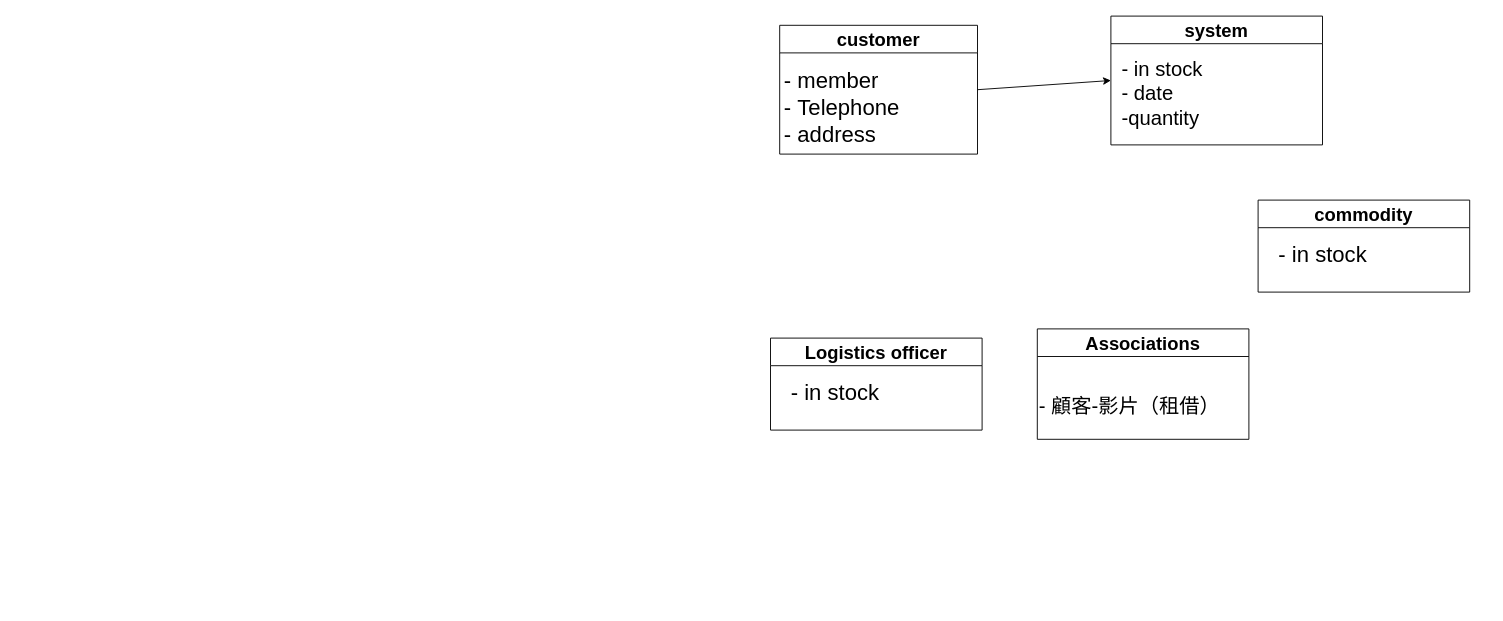
The draw.io diagram answer.drawio in as37470317/112-2Finalproject, before the edit. Source tidied: cells renumbered, new cells numbered last; positions are measured from the earlier drawing's top-left corner, leaving out a move shared by most shapes. Both pictures are drawn from the tidied source at 92%, with x=0, y=0 at pixel (770, 16).
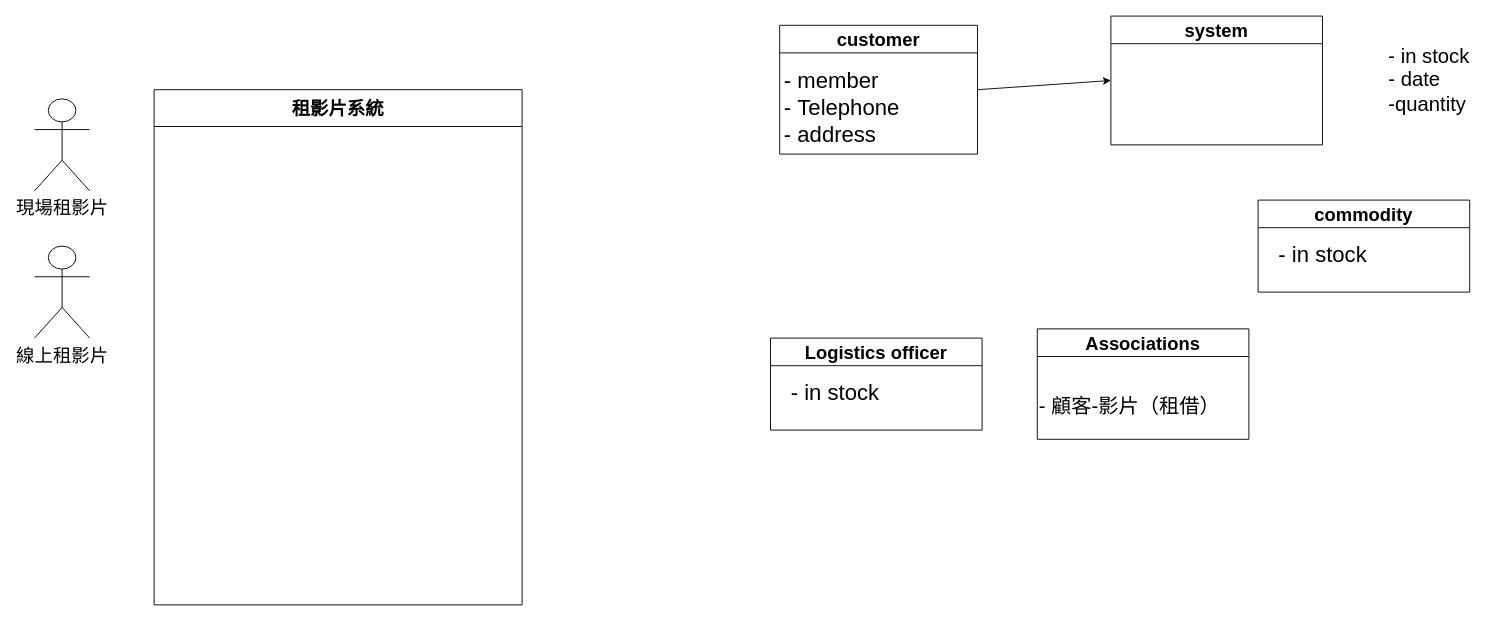
Above is the later version.

The edit, as a diff of the source:
```diff
@@
 <mxGraphModel>
   <root>
     <mxCell id="0" />
     <mxCell id="1" parent="0" />
     <mxCell id="2" value="&lt;font style=&quot;font-size: 20px;&quot;&gt;system&lt;/font&gt;" style="swimlane;whiteSpace=wrap;html=1;startSize=30;" parent="1" vertex="1">
       <mxGeometry x="370" width="230" height="140" as="geometry" />
     </mxCell>
-    <mxCell id="3" value="&lt;font style=&quot;&quot;&gt;&lt;span style=&quot;font-size: 22px;&quot;&gt;- in stock&lt;/span&gt;&lt;/font&gt;&lt;font style=&quot;&quot;&gt;&lt;br&gt;&lt;span style=&quot;font-size: 22px;&quot;&gt;-&amp;nbsp;date&lt;/span&gt;&lt;br&gt;&lt;span style=&quot;font-size: 22px;&quot;&gt;-quantity&lt;/span&gt;&lt;br&gt;&lt;/font&gt;" style="text;html=1;align=left;verticalAlign=middle;strokeColor=none;fillColor=none;" parent="2" vertex="1">
-      <mxGeometry x="10" y="40" width="110" height="90" as="geometry" />
-    </mxCell>
     <mxCell id="4" value="&lt;font style=&quot;font-size: 20px;&quot;&gt;Associations&lt;/font&gt;" style="swimlane;whiteSpace=wrap;html=1;startSize=30;" parent="1" vertex="1">
       <mxGeometry x="290" y="340" width="230" height="120" as="geometry" />
     </mxCell>
     <mxCell id="5" value="&lt;font style=&quot;font-size: 22px;&quot;&gt; - 顧客-影片（租借）&lt;br&gt;&lt;/font&gt;" style="text;html=1;align=left;verticalAlign=middle;strokeColor=none;fillColor=none;" parent="4" vertex="1">
       <mxGeometry y="65" width="220" height="40" as="geometry" />
     </mxCell>
     <mxCell id="6" value="&lt;font style=&quot;font-size: 20px;&quot;&gt;commodity&lt;/font&gt;" style="swimlane;whiteSpace=wrap;html=1;startSize=30;" parent="1" vertex="1">
       <mxGeometry x="530" y="200" width="230" height="100" as="geometry" />
     </mxCell>
     <mxCell id="7" value="&lt;font style=&quot;font-size: 24px;&quot;&gt;- in stock&lt;/font&gt;" style="text;html=1;align=center;verticalAlign=middle;strokeColor=none;fillColor=none;" parent="6" vertex="1">
       <mxGeometry x="10" y="40" width="120" height="40" as="geometry" />
     </mxCell>
     <mxCell id="8" style="edgeStyle=none;html=1;exitX=1;exitY=0.5;exitDx=0;exitDy=0;entryX=0;entryY=0.5;entryDx=0;entryDy=0;fontSize=22;" parent="1" edge="1" source="9" target="2">
       <mxGeometry relative="1" as="geometry" />
     </mxCell>
     <mxCell id="9" value="&lt;font style=&quot;font-size: 20px;&quot;&gt;customer&lt;/font&gt;" style="swimlane;whiteSpace=wrap;html=1;startSize=30;" parent="1" vertex="1">
       <mxGeometry x="10" y="10" width="215" height="140" as="geometry" />
     </mxCell>
     <mxCell id="10" value="&lt;font style=&quot;&quot;&gt;&lt;span style=&quot;font-size: 24px;&quot;&gt;-&amp;nbsp;member&lt;/span&gt;&lt;br&gt;&lt;span style=&quot;font-size: 24px;&quot;&gt;-&amp;nbsp;Telephone&lt;/span&gt;&lt;br&gt;&lt;span style=&quot;font-size: 24px;&quot;&gt;- address&lt;/span&gt;&lt;br&gt;&lt;/font&gt;" style="text;html=1;align=left;verticalAlign=middle;strokeColor=none;fillColor=none;" parent="9" vertex="1">
       <mxGeometry x="2.5" y="40" width="150" height="100" as="geometry" />
     </mxCell>
     <mxCell id="11" value="&lt;font style=&quot;font-size: 20px;&quot;&gt;Logistics officer&lt;/font&gt;" style="swimlane;whiteSpace=wrap;html=1;startSize=30;" parent="1" vertex="1">
       <mxGeometry y="350" width="230" height="100" as="geometry" />
     </mxCell>
     <mxCell id="12" value="&lt;font style=&quot;font-size: 24px;&quot;&gt;- in stock&lt;/font&gt;" style="text;html=1;align=center;verticalAlign=middle;strokeColor=none;fillColor=none;" parent="11" vertex="1">
       <mxGeometry x="10" y="40" width="120" height="40" as="geometry" />
     </mxCell>
+    <mxCell id="3" value="&lt;font style=&quot;&quot;&gt;&lt;span style=&quot;font-size: 22px;&quot;&gt;- in stock&lt;/span&gt;&lt;/font&gt;&lt;font style=&quot;&quot;&gt;&lt;br&gt;&lt;span style=&quot;font-size: 22px;&quot;&gt;-&amp;nbsp;date&lt;/span&gt;&lt;br&gt;&lt;span style=&quot;font-size: 22px;&quot;&gt;-quantity&lt;/span&gt;&lt;br&gt;&lt;/font&gt;" style="text;html=1;align=left;verticalAlign=middle;strokeColor=none;fillColor=none;" parent="1" vertex="1">
+      <mxGeometry x="670" y="25" width="110" height="90" as="geometry" />
+    </mxCell>
+    <mxCell id="13" value="&lt;font style=&quot;font-size: 20px;&quot;&gt;租影片系統&lt;/font&gt;" style="swimlane;whiteSpace=wrap;html=1;startSize=40;" parent="1" vertex="1">
+      <mxGeometry x="-670" y="80" width="400" height="560" as="geometry" />
+    </mxCell>
+    <mxCell id="14" value="現場租影片" style="shape=umlActor;verticalLabelPosition=bottom;verticalAlign=top;html=1;fontSize=20;" parent="1" vertex="1">
+      <mxGeometry x="-800" y="90" width="60" height="100" as="geometry" />
+    </mxCell>
+    <mxCell id="15" value="線上租影片" style="shape=umlActor;verticalLabelPosition=bottom;verticalAlign=top;html=1;fontSize=20;" parent="1" vertex="1">
+      <mxGeometry x="-800" y="250" width="60" height="100" as="geometry" />
+    </mxCell>
   </root>
 </mxGraphModel>
```
